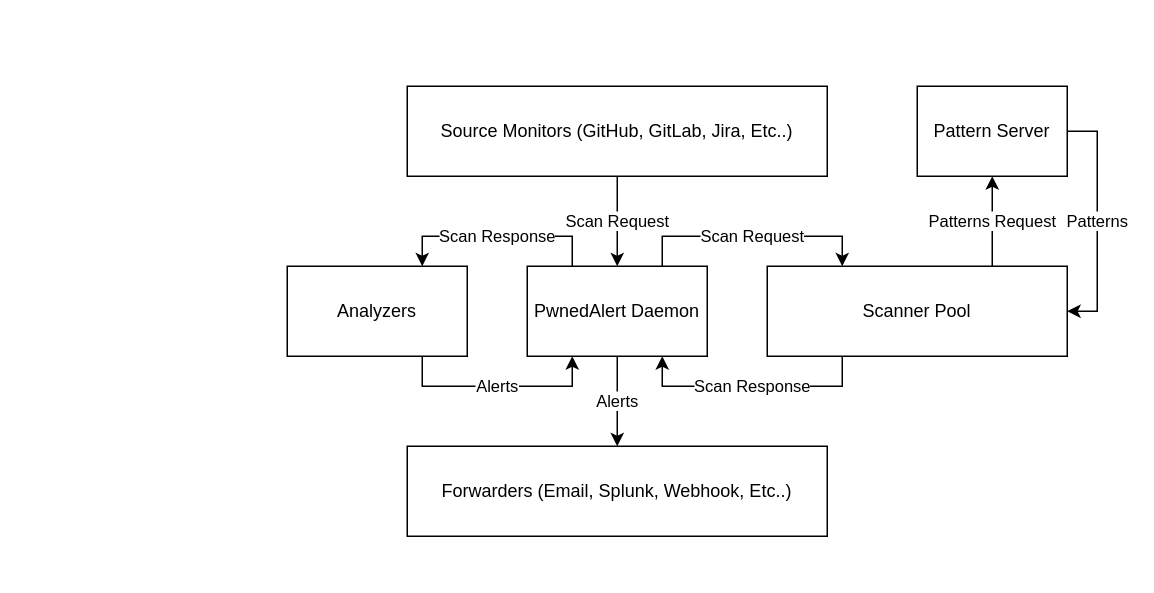
Earlier version of the draw.io diagram assets/PwnedAlert.drawio (leaktk/docs). Source tidied: cells renumbered, new cells numbered last; positions are measured from the earlier drawing's top-left corner, leaving out a move shared by most shapes. Both pictures are drawn from the tidied source at 150%, with x=0, y=0 at pixel (286, 86).
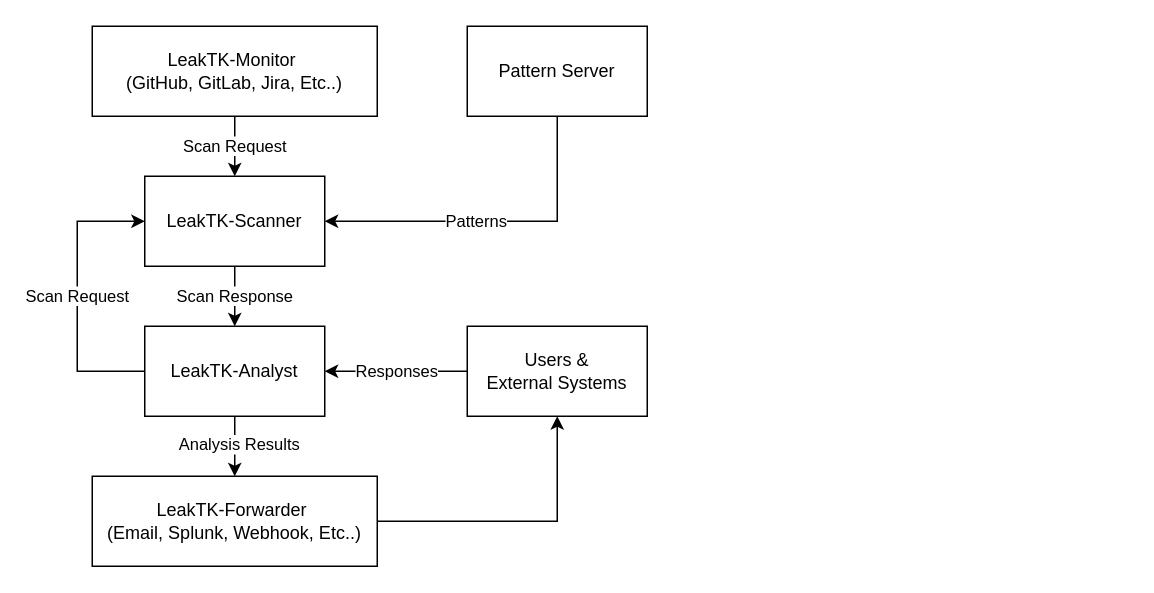
The same diagram, later.

What changed in the source:
```diff
@@
-    <mxCell id="3" value="Source Monitors (GitHub, GitLab, Jira, Etc..)" style="rounded=0;whiteSpace=wrap;html=1;" parent="1" vertex="1">
-      <mxGeometry x="80" width="280" height="60" as="geometry" />
+    <mxCell id="3" value="LeakTK-Monitor&amp;nbsp;&lt;div&gt;(GitHub, GitLab, Jira, Etc..)&lt;/div&gt;" style="rounded=0;whiteSpace=wrap;html=1;" parent="1" vertex="1">
+      <mxGeometry x="-130" y="-40" width="190" height="60" as="geometry" />
     </mxCell>
+    <mxCell id="16" style="edgeStyle=orthogonalEdgeStyle;rounded=0;orthogonalLoop=1;jettySize=auto;html=1;exitX=1;exitY=0.5;exitDx=0;exitDy=0;entryX=1;entryY=0.5;entryDx=0;entryDy=0;" parent="1" edge="1" source="7" target="7">
+      <mxGeometry relative="1" as="geometry" />
+    </mxCell>
+    <mxCell id="17" style="edgeStyle=orthogonalEdgeStyle;rounded=0;jettySize=auto;html=1;exitX=0.5;exitY=1;exitDx=0;exitDy=0;entryX=1;entryY=0.5;entryDx=0;entryDy=0;" parent="1" edge="1" source="9" target="7">
+      <mxGeometry relative="1" as="geometry" />
+    </mxCell>
+    <mxCell id="8" value="Patterns" style="edgeLabel;html=1;align=center;verticalAlign=middle;" parent="17" vertex="1">
+      <mxGeometry x="0.11" y="-1" relative="1" as="geometry" />
+    </mxCell>
+    <mxCell id="18" value="Scan Response" style="edgeStyle=orthogonalEdgeStyle;rounded=0;jettySize=auto;html=1;exitX=0.5;exitY=1;exitDx=0;exitDy=0;entryX=0.5;entryY=0;entryDx=0;entryDy=0;" parent="1" edge="1" source="7" target="22">
+      <mxGeometry relative="1" as="geometry" />
+    </mxCell>
+    <mxCell id="7" value="LeakTK-Scanner" style="rounded=0;whiteSpace=wrap;html=1;" parent="1" vertex="1">
+      <mxGeometry x="-95" y="60" width="120" height="60" as="geometry" />
+    </mxCell>
+    <mxCell id="9" value="Pattern Server" style="rounded=0;whiteSpace=wrap;html=1;" parent="1" vertex="1">
+      <mxGeometry x="120" y="-40" width="120" height="60" as="geometry" />
+    </mxCell>
+    <mxCell id="19" style="edgeStyle=orthogonalEdgeStyle;rounded=0;jettySize=auto;html=1;exitX=1;exitY=0.5;exitDx=0;exitDy=0;entryX=0.5;entryY=1;entryDx=0;entryDy=0;" parent="1" edge="1" source="15" target="25">
+      <mxGeometry relative="1" as="geometry" />
+    </mxCell>
+    <mxCell id="15" value="LeakTK-Forwarder&amp;nbsp;&lt;div&gt;(Email, Splunk, Webhook, Etc..)&lt;/div&gt;" style="rounded=0;whiteSpace=wrap;html=1;" parent="1" vertex="1">
+      <mxGeometry x="-130" y="260" width="190" height="60" as="geometry" />
+    </mxCell>
+    <mxCell id="20" style="edgeStyle=orthogonalEdgeStyle;rounded=0;jettySize=auto;html=1;exitX=0.5;exitY=1;exitDx=0;exitDy=0;" parent="1" edge="1" source="22" target="15">
+      <mxGeometry relative="1" as="geometry" />
+    </mxCell>
+    <mxCell id="21" value="Analysis Results" style="edgeLabel;html=1;align=center;verticalAlign=middle;" parent="20" vertex="1">
+      <mxGeometry x="-0.1" y="2" relative="1" as="geometry" />
+    </mxCell>
-    <mxCell id="4" value="Scan Request" style="edgeStyle=orthogonalEdgeStyle;rounded=0;jettySize=auto;html=1;exitX=0.75;exitY=0;exitDx=0;exitDy=0;entryX=0.25;entryY=0;entryDx=0;entryDy=0;" parent="1" edge="1" source="7" target="12">
-      <mxGeometry relative="1" as="geometry" />
+    <mxCell id="4" value="Scan Request" style="edgeStyle=orthogonalEdgeStyle;rounded=0;jettySize=auto;html=1;exitX=0;exitY=0.5;exitDx=0;exitDy=0;entryX=0;entryY=0.5;entryDx=0;entryDy=0;" parent="1" edge="1" source="22" target="7">
+      <mxGeometry relative="1" as="geometry">
+        <Array as="points">
+          <mxPoint x="-140" y="190" />
+          <mxPoint x="-140" y="90" />
+        </Array>
+      </mxGeometry>
     </mxCell>
-    <mxCell id="5" value="Scan Response" style="edgeStyle=orthogonalEdgeStyle;rounded=0;jettySize=auto;html=1;exitX=0.25;exitY=0;exitDx=0;exitDy=0;entryX=0.75;entryY=0;entryDx=0;entryDy=0;" parent="1" edge="1" source="7" target="14">
-      <mxGeometry relative="1" as="geometry" />
-    </mxCell>
-    <mxCell id="6" value="Alerts" style="edgeStyle=orthogonalEdgeStyle;rounded=0;jettySize=auto;html=1;exitX=0.5;exitY=1;exitDx=0;exitDy=0;entryX=0.5;entryY=0;entryDx=0;entryDy=0;" parent="1" edge="1" source="7" target="15">
-      <mxGeometry relative="1" as="geometry" />
-    </mxCell>
-    <mxCell id="7" value="PwnedAlert Daemon" style="rounded=0;whiteSpace=wrap;html=1;" parent="1" vertex="1">
-      <mxGeometry x="160" y="120" width="120" height="60" as="geometry" />
-    </mxCell>
-    <mxCell id="8" value="Patterns" style="edgeStyle=orthogonalEdgeStyle;rounded=0;jettySize=auto;html=1;exitX=1;exitY=0.5;exitDx=0;exitDy=0;entryX=1;entryY=0.5;entryDx=0;entryDy=0;" parent="1" edge="1" source="9" target="12">
-      <mxGeometry relative="1" as="geometry" />
-    </mxCell>
-    <mxCell id="9" value="Pattern Server" style="rounded=0;whiteSpace=wrap;html=1;" parent="1" vertex="1">
-      <mxGeometry x="420" width="100" height="60" as="geometry" />
-    </mxCell>
-    <mxCell id="10" value="Scan Response" style="edgeStyle=orthogonalEdgeStyle;rounded=0;jettySize=auto;html=1;exitX=0.25;exitY=1;exitDx=0;exitDy=0;entryX=0.75;entryY=1;entryDx=0;entryDy=0;" parent="1" edge="1" source="12" target="7">
-      <mxGeometry relative="1" as="geometry" />
-    </mxCell>
-    <mxCell id="11" value="Patterns Request" style="edgeStyle=orthogonalEdgeStyle;rounded=0;jettySize=auto;html=1;exitX=0.75;exitY=0;exitDx=0;exitDy=0;entryX=0.5;entryY=1;entryDx=0;entryDy=0;" parent="1" edge="1" source="12" target="9">
-      <mxGeometry relative="1" as="geometry" />
-    </mxCell>
-    <mxCell id="12" value="Scanner Pool" style="rounded=0;whiteSpace=wrap;html=1;" parent="1" vertex="1">
-      <mxGeometry x="320" y="120" width="200" height="60" as="geometry" />
-    </mxCell>
-    <mxCell id="13" value="Alerts" style="edgeStyle=orthogonalEdgeStyle;rounded=0;jettySize=auto;html=1;exitX=0.75;exitY=1;exitDx=0;exitDy=0;entryX=0.25;entryY=1;entryDx=0;entryDy=0;" parent="1" edge="1" source="14" target="7">
-      <mxGeometry relative="1" as="geometry" />
-    </mxCell>
-    <mxCell id="14" value="Analyzers" style="rounded=0;whiteSpace=wrap;html=1;" parent="1" vertex="1">
-      <mxGeometry y="120" width="120" height="60" as="geometry" />
-    </mxCell>
-    <mxCell id="15" value="Forwarders (Email, Splunk, Webhook, Etc..)" style="rounded=0;whiteSpace=wrap;html=1;" parent="1" vertex="1">
-      <mxGeometry x="80" y="240" width="280" height="60" as="geometry" />
-    </mxCell>
+    <mxCell id="22" value="LeakTK-Analyst" style="rounded=0;whiteSpace=wrap;html=1;" parent="1" vertex="1">
+      <mxGeometry x="-95" y="160" width="120" height="60" as="geometry" />
+    </mxCell>
+    <mxCell id="23" style="edgeStyle=orthogonalEdgeStyle;rounded=0;jettySize=auto;html=1;exitX=0;exitY=0.5;exitDx=0;exitDy=0;entryX=1;entryY=0.5;entryDx=0;entryDy=0;" parent="1" edge="1" source="25" target="22">
+      <mxGeometry relative="1" as="geometry" />
+    </mxCell>
+    <mxCell id="24" value="Responses" style="edgeLabel;html=1;align=center;verticalAlign=middle;" parent="23" vertex="1">
+      <mxGeometry x="0.01" y="-1" relative="1" as="geometry" />
+    </mxCell>
+    <mxCell id="25" value="Users &amp;amp;&lt;div&gt;External Systems&lt;/div&gt;" style="rounded=0;whiteSpace=wrap;html=1;" parent="1" vertex="1">
+      <mxGeometry x="120" y="160" width="120" height="60" as="geometry" />
+    </mxCell>
```
